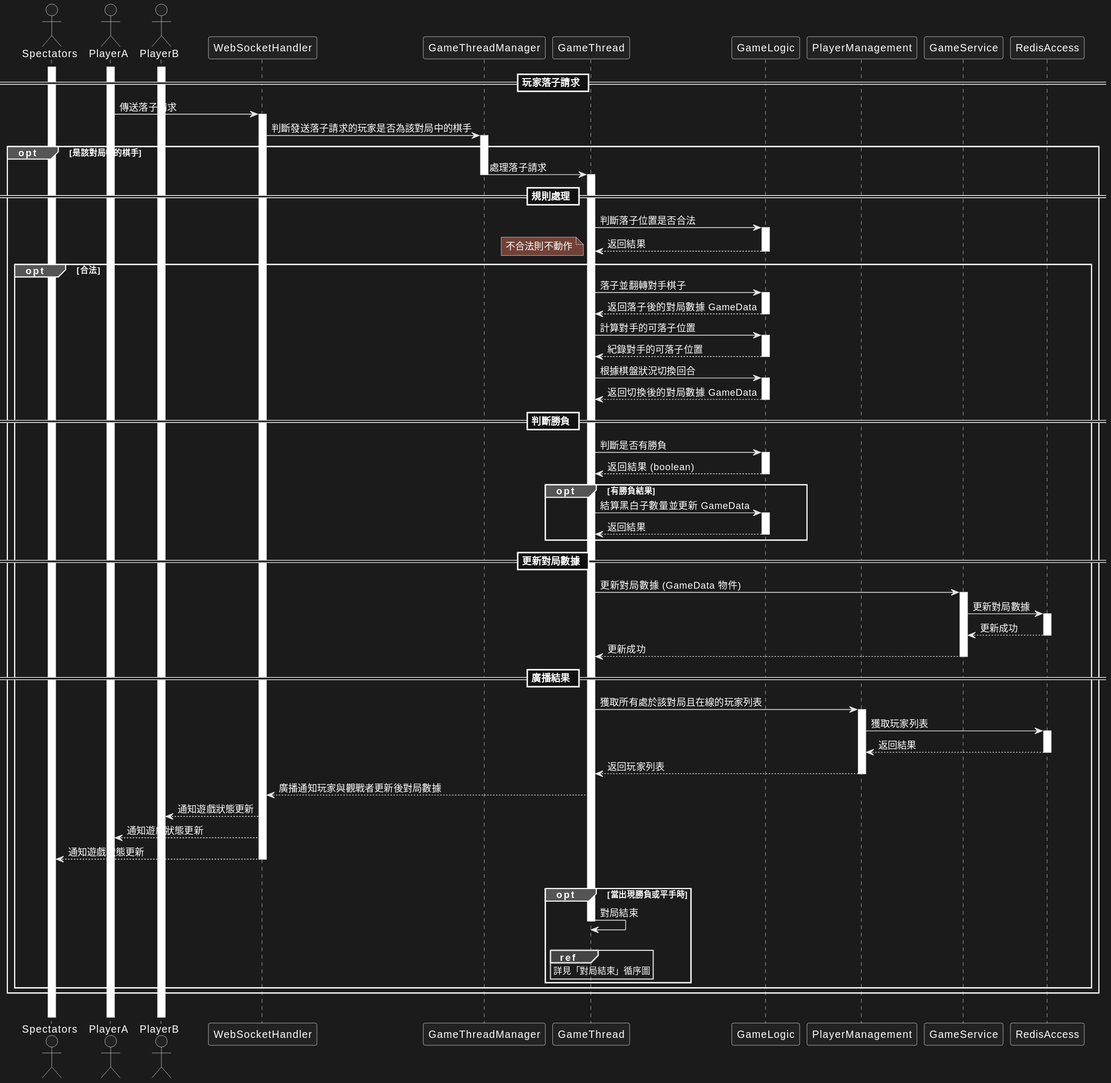
LYH-94/reversi_online keeps this PlantUML diagram as docs/images/SequenceDiagram(3).svg. Above is the earlier version. Its diagram source:
```plantuml
@startuml

actor Spectators
actor PlayerA
actor PlayerB
participant "WebSocketHandler" as WebSocketHandler
participant "GameThreadManager" as GameThreadManager
participant "GameThread" as GameThread
participant "GameLogic" as GameLogic
participant "PlayerManagement" as PlayerManagement
participant "GameService" as GameService
participant "RedisAccess" as RedisAccess

== 玩家落子請求 ==
Spectators ++
PlayerA ++
PlayerB ++
PlayerA -> WebSocketHandler ++ : 傳送落子請求
WebSocketHandler -> GameThreadManager ++ : 判斷發送落子請求的玩家是否為該對局中的棋手


opt 是該對局中的棋手
    GameThreadManager -> GameThread -- :處理落子請求
    GameThread ++

    == 規則處理 ==
    GameThread -> GameLogic ++ : 判斷落子位置是否合法
    GameThread <-- GameLogic -- : 返回結果
    note left : 不合法則不動作

    opt 合法
        GameThread -> GameLogic ++ : 落子並翻轉對手棋子
        GameThread <-- GameLogic -- : 返回落子後的對局數據 GameData
        GameThread -> GameLogic ++ : 計算對手的可落子位置
        GameThread <-- GameLogic -- : 紀錄對手的可落子位置
        GameThread -> GameLogic ++ : 根據棋盤狀況切換回合
        GameThread <-- GameLogic -- : 返回切換後的對局數據 GameData

        == 判斷勝負 ==
        GameThread -> GameLogic ++ : 判斷是否有勝負
        GameThread <-- GameLogic -- : 返回結果 (boolean)
        opt 有勝負結果
            GameThread -> GameLogic ++ : 結算黑白子數量並更新 GameData
            GameThread <-- GameLogic -- : 返回結果
        end

        == 更新對局數據 ==
        GameThread -> GameService ++ : 更新對局數據 (GameData 物件)
        GameService -> RedisAccess ++ : 更新對局數據
        GameService <-- RedisAccess -- : 更新成功
        GameThread <-- GameService -- : 更新成功

        == 廣播結果 ==
        GameThread -> PlayerManagement ++ : 獲取所有處於該對局且在線的玩家列表
        PlayerManagement -> RedisAccess ++ : 獲取玩家列表
        PlayerManagement <-- RedisAccess -- : 返回結果
        GameThread <-- PlayerManagement -- : 返回玩家列表


        GameThread --> WebSocketHandler : 廣播通知玩家與觀戰者更新後對局數據
        WebSocketHandler --> PlayerB : 通知遊戲狀態更新
        WebSocketHandler --> PlayerA : 通知遊戲狀態更新
        WebSocketHandler --> Spectators -- : 通知遊戲狀態更新
        |||
        opt 當出現勝負或平手時
            GameThread -> GameThread -- : 對局結束
            |||
            ref over GameThread : 詳見「對局結束」循序圖
        end
    end
end


|||
@enduml
```
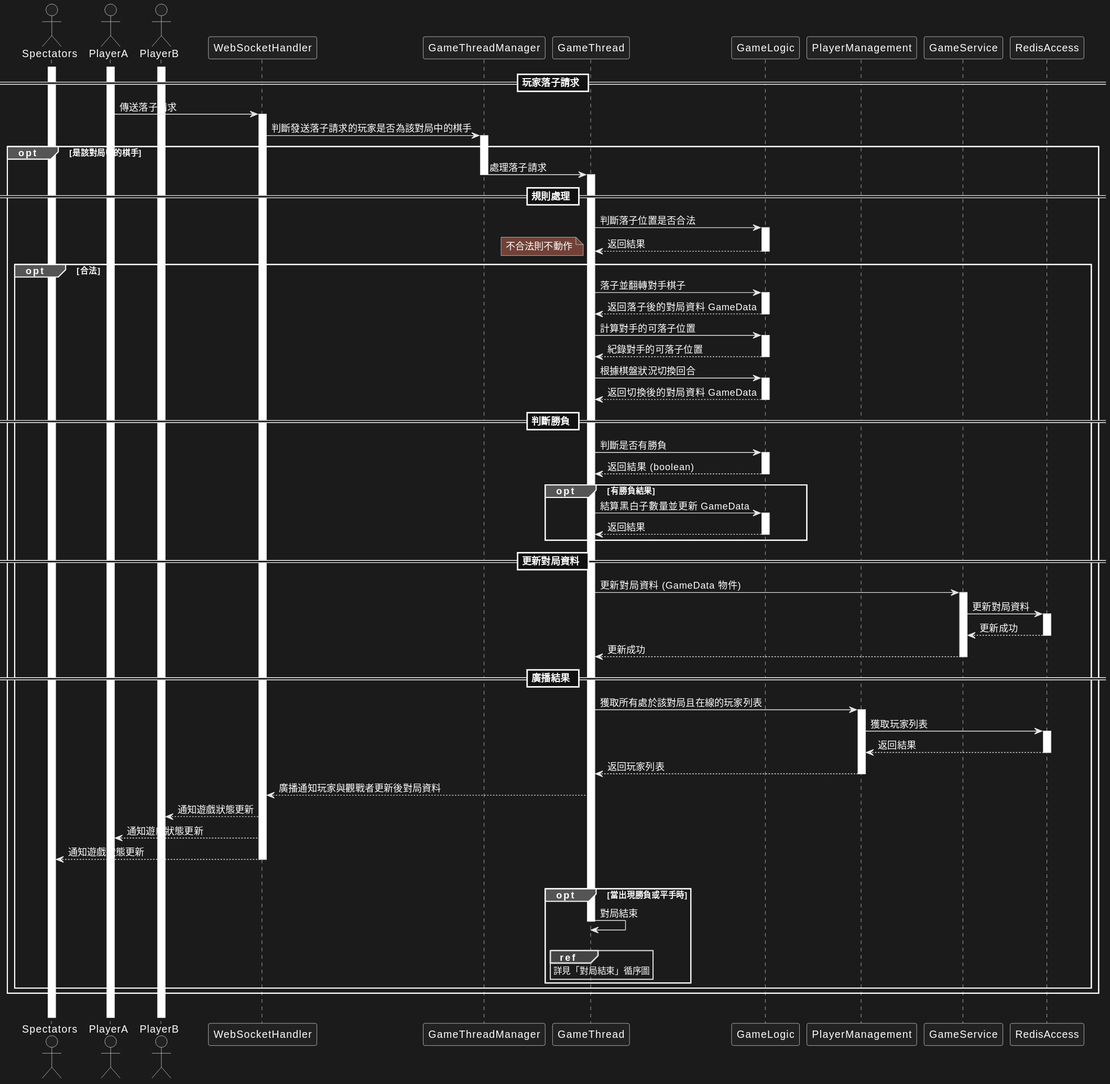
Above is the later version.

Diff of the diagram source:
```diff
@@ -30,11 +30,11 @@
 
     opt 合法
         GameThread -> GameLogic ++ : 落子並翻轉對手棋子
-        GameThread <-- GameLogic -- : 返回落子後的對局數據 GameData
+        GameThread <-- GameLogic -- : 返回落子後的對局資料 GameData
         GameThread -> GameLogic ++ : 計算對手的可落子位置
         GameThread <-- GameLogic -- : 紀錄對手的可落子位置
         GameThread -> GameLogic ++ : 根據棋盤狀況切換回合
-        GameThread <-- GameLogic -- : 返回切換後的對局數據 GameData
+        GameThread <-- GameLogic -- : 返回切換後的對局資料 GameData
 
         == 判斷勝負 ==
         GameThread -> GameLogic ++ : 判斷是否有勝負
@@ -44,9 +44,9 @@
             GameThread <-- GameLogic -- : 返回結果
         end
 
-        == 更新對局數據 ==
-        GameThread -> GameService ++ : 更新對局數據 (GameData 物件)
-        GameService -> RedisAccess ++ : 更新對局數據
+        == 更新對局資料 ==
+        GameThread -> GameService ++ : 更新對局資料 (GameData 物件)
+        GameService -> RedisAccess ++ : 更新對局資料
         GameService <-- RedisAccess -- : 更新成功
         GameThread <-- GameService -- : 更新成功
 
@@ -57,7 +57,7 @@
         GameThread <-- PlayerManagement -- : 返回玩家列表
 
 
-        GameThread --> WebSocketHandler : 廣播通知玩家與觀戰者更新後對局數據
+        GameThread --> WebSocketHandler : 廣播通知玩家與觀戰者更新後對局資料
         WebSocketHandler --> PlayerB : 通知遊戲狀態更新
         WebSocketHandler --> PlayerA : 通知遊戲狀態更新
         WebSocketHandler --> Spectators -- : 通知遊戲狀態更新
```
